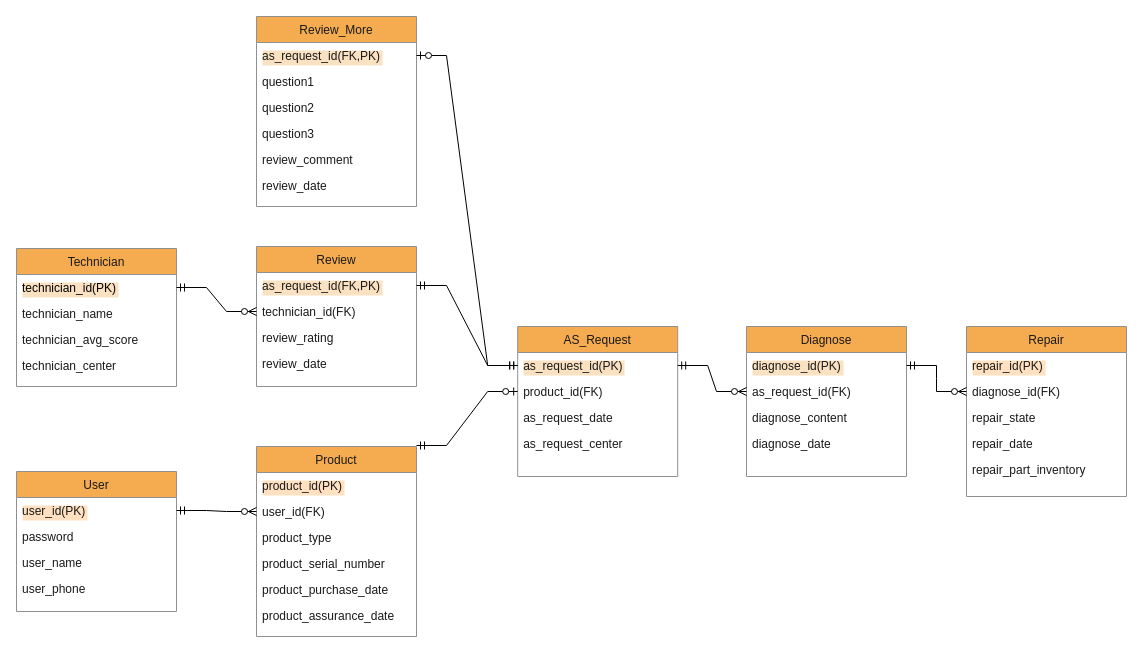
coin-cidence/FIX_crawling keeps this draw.io diagram as 인도 CS DB.drawio. Above is the earlier version. Source tidied: cells renumbered, new cells numbered last; positions are measured from the earlier drawing's top-left corner, leaving out a move shared by most shapes. Both pictures are drawn from the tidied source at 100%, with x=0, y=0 at pixel (16, 16).
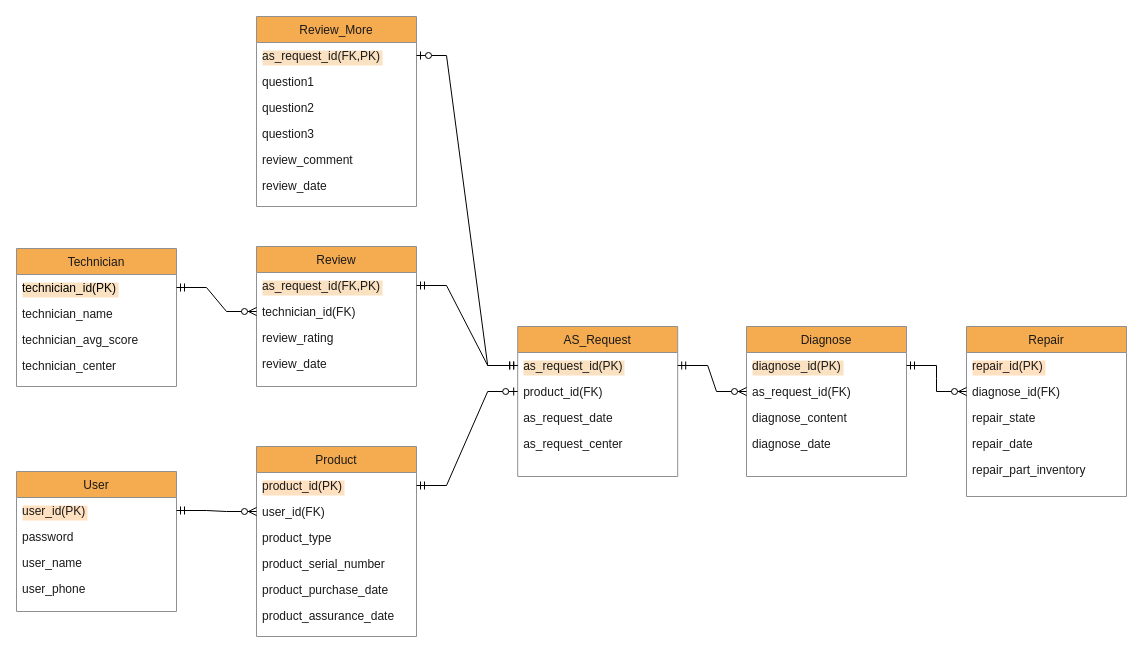
The same page after the edit.

Commit message:
인도 CS DB.drawio 업데이트

Unchanged cells that the change refers to:
```xml
<mxCell id="13" value="product_id(PK)" style="text;align=left;verticalAlign=top;spacingLeft=4;spacingRight=4;overflow=hidden;points=[[0,0.5],[1,0.5]];portConstraint=eastwest;rounded=0;labelBackgroundColor=#ffe1c1;fontColor=#1A1A1A;" parent="12" vertex="1">
  <mxGeometry y="26" width="160" height="26" as="geometry" />
</mxCell>
<mxCell id="21" value="product_id(FK)" style="text;align=left;verticalAlign=top;spacingLeft=4;spacingRight=4;overflow=hidden;points=[[0,0.5],[1,0.5]];portConstraint=eastwest;rounded=0;shadow=0;html=0;labelBackgroundColor=none;fontColor=#1A1A1A;" parent="19" vertex="1">
  <mxGeometry y="52" width="160" height="26" as="geometry" />
</mxCell>
```

The edit, as a diff of the source:
```diff
@@
-    <mxCell id="49" style="edgeStyle=entityRelationEdgeStyle;fontSize=12;html=1;endArrow=ERzeroToOne;startArrow=ERmandOne;rounded=0;exitX=1;exitY=0.5;exitDx=0;exitDy=0;entryX=0;entryY=0.5;entryDx=0;entryDy=0;" parent="1" edge="1" target="21">
-      <mxGeometry relative="1" as="geometry">
-        <mxPoint x="400" y="429" as="sourcePoint" />
-      </mxGeometry>
+    <mxCell id="49" style="edgeStyle=entityRelationEdgeStyle;fontSize=12;html=1;endArrow=ERzeroToOne;startArrow=ERmandOne;rounded=0;exitX=1;exitY=0.5;exitDx=0;exitDy=0;entryX=0;entryY=0.5;entryDx=0;entryDy=0;" parent="1" edge="1" source="13" target="21">
+      <mxGeometry relative="1" as="geometry" />
     </mxCell>
```
